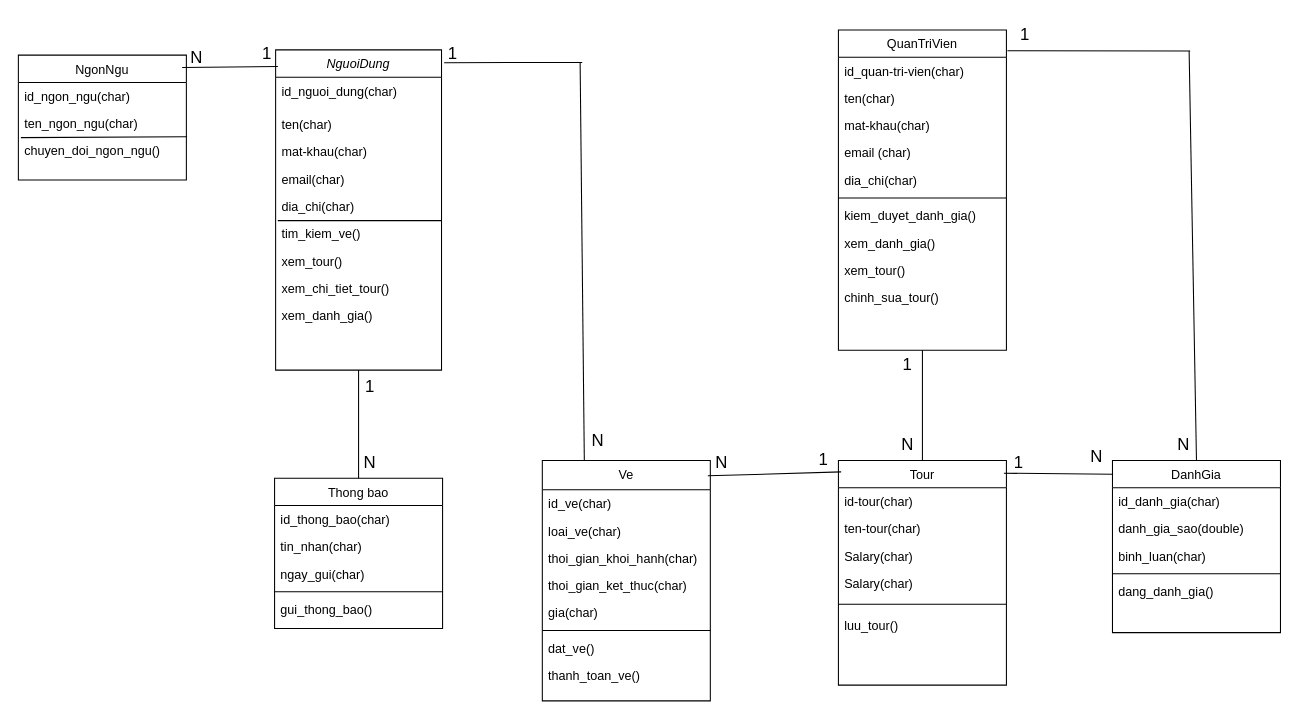
codecuatai/DuAnLuyenTap keeps this draw.io diagram as Biểu đồ không có tiêu đề.drawio. Above is the earlier version. Source tidied: cells renumbered, new cells numbered last; positions are measured from the earlier drawing's top-left corner, leaving out a move shared by most shapes. Both pictures are drawn from the tidied source at 105%, with x=0, y=0 at pixel (18, 18).
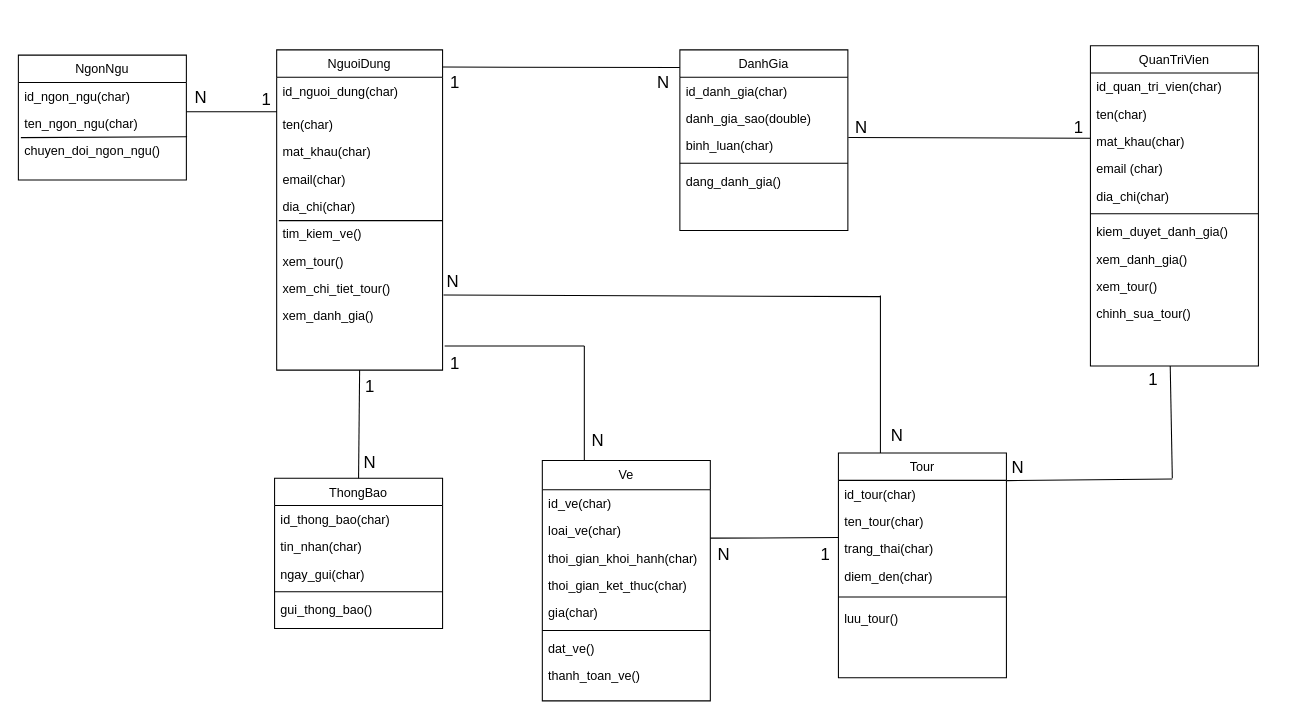
After the change.

Commit message:
Cập nhật Biểu đồ không có tiêu đề.drawio

The change refers to these unchanged cells:
```xml
<mxCell id="19" value="NgonNgu" style="swimlane;fontStyle=0;align=center;verticalAlign=top;horizontal=1;startSize=26;rounded=0;shadow=0;strokeWidth=1;" parent="1" vertex="1">
  <mxGeometry y="35" width="160" height="119" as="geometry" />
</mxCell>
<mxCell id="42" value="Ve" style="swimlane;fontStyle=0;align=center;verticalAlign=top;horizontal=1;startSize=28;rounded=0;shadow=0;strokeWidth=1;" parent="1" vertex="1">
  <mxGeometry x="499" y="421" width="160" height="229" as="geometry" />
</mxCell>
```

Change to the diagram source:
```diff
@@
-    <mxCell id="2" value="NguoiDung" style="swimlane;fontStyle=2;align=center;verticalAlign=top;horizontal=1;startSize=26;rounded=0;shadow=0;strokeWidth=1;" parent="1" vertex="1">
-      <mxGeometry x="245" y="30" width="158" height="305" as="geometry" />
+    <mxCell id="2" value="NguoiDung" style="swimlane;fontStyle=0;align=center;verticalAlign=top;horizontal=1;startSize=26;rounded=0;shadow=0;strokeWidth=1;" parent="1" vertex="1">
+      <mxGeometry x="246" y="30" width="158" height="305" as="geometry" />
     </mxCell>
@@
-    <mxCell id="5" value="mat-khau(char)" style="text;align=left;verticalAlign=top;spacingLeft=4;spacingRight=4;overflow=hidden;rounded=0;shadow=0;html=0;" parent="2" vertex="1">
+    <mxCell id="5" value="mat_khau(char)" style="text;align=left;verticalAlign=top;spacingLeft=4;spacingRight=4;overflow=hidden;rounded=0;shadow=0;html=0;" parent="2" vertex="1">
       <mxGeometry y="84" width="158" height="26" as="geometry" />
     </mxCell>
@@
     <mxCell id="13" value="DanhGia" style="swimlane;fontStyle=0;align=center;verticalAlign=top;horizontal=1;startSize=26;rounded=0;shadow=0;strokeWidth=1;" parent="1" vertex="1">
-      <mxGeometry x="1042" y="421" width="160" height="164" as="geometry" />
+      <mxGeometry x="630" y="30" width="160" height="172" as="geometry" />
     </mxCell>
@@
     <mxCell id="24" value="QuanTriVien" style="swimlane;fontStyle=0;align=center;verticalAlign=top;horizontal=1;startSize=26;rounded=0;shadow=0;strokeWidth=1;" parent="1" vertex="1">
-      <mxGeometry x="781" y="11" width="160" height="305" as="geometry" />
+      <mxGeometry x="1021" y="26" width="160" height="305" as="geometry" />
     </mxCell>
-    <mxCell id="25" value="id_quan-tri-vien(char)" style="text;align=left;verticalAlign=top;spacingLeft=4;spacingRight=4;overflow=hidden;" parent="24" vertex="1">
+    <mxCell id="25" value="id_quan_tri_vien(char)" style="text;align=left;verticalAlign=top;spacingLeft=4;spacingRight=4;overflow=hidden;" parent="24" vertex="1">
       <mxGeometry y="26" width="160" height="26" as="geometry" />
     </mxCell>
@@
-    <mxCell id="27" value="mat-khau(char)" style="text;align=left;verticalAlign=top;spacingLeft=4;spacingRight=4;overflow=hidden;rounded=0;shadow=0;html=0;" parent="24" vertex="1">
+    <mxCell id="27" value="mat_khau(char)" style="text;align=left;verticalAlign=top;spacingLeft=4;spacingRight=4;overflow=hidden;rounded=0;shadow=0;html=0;" parent="24" vertex="1">
       <mxGeometry y="78" width="160" height="26" as="geometry" />
     </mxCell>
@@
     <mxCell id="35" value="Tour" style="swimlane;fontStyle=0;align=center;verticalAlign=top;horizontal=1;startSize=26;rounded=0;shadow=0;strokeWidth=1;" parent="1" vertex="1">
-      <mxGeometry x="781" y="421" width="160" height="214" as="geometry" />
+      <mxGeometry x="781" y="414" width="160" height="214" as="geometry" />
     </mxCell>
-    <mxCell id="36" value="id-tour(char)" style="text;align=left;verticalAlign=top;spacingLeft=4;spacingRight=4;overflow=hidden;" parent="35" vertex="1">
+    <mxCell id="36" value="id_tour(char)" style="text;align=left;verticalAlign=top;spacingLeft=4;spacingRight=4;overflow=hidden;" parent="35" vertex="1">
       <mxGeometry y="26" width="160" height="26" as="geometry" />
     </mxCell>
-    <mxCell id="37" value="ten-tour(char)" style="text;align=left;verticalAlign=top;spacingLeft=4;spacingRight=4;overflow=hidden;" parent="35" vertex="1">
+    <mxCell id="37" value="ten_tour(char)" style="text;align=left;verticalAlign=top;spacingLeft=4;spacingRight=4;overflow=hidden;" parent="35" vertex="1">
       <mxGeometry y="52" width="160" height="26" as="geometry" />
     </mxCell>
-    <mxCell id="38" value="Salary(char)" style="text;align=left;verticalAlign=top;spacingLeft=4;spacingRight=4;overflow=hidden;" parent="35" vertex="1">
-      <mxGeometry y="78" width="160" height="26" as="geometry" />
-    </mxCell>
-    <mxCell id="39" value="Salary(char)" style="text;align=left;verticalAlign=top;spacingLeft=4;spacingRight=4;overflow=hidden;" parent="35" vertex="1">
-      <mxGeometry y="104" width="160" height="26" as="geometry" />
-    </mxCell>
+    <mxCell id="80" value="trang_thai(char)" style="text;align=left;verticalAlign=top;spacingLeft=4;spacingRight=4;overflow=hidden;" parent="35" vertex="1">
+      <mxGeometry y="78" width="160" height="26" as="geometry" />
+    </mxCell>
+    <mxCell id="81" value="diem_den(char)" style="text;align=left;verticalAlign=top;spacingLeft=4;spacingRight=4;overflow=hidden;" parent="35" vertex="1">
+      <mxGeometry y="104" width="160" height="26" as="geometry" />
+    </mxCell>
@@
-    <mxCell id="51" value="Thong bao" style="swimlane;fontStyle=0;align=center;verticalAlign=top;horizontal=1;startSize=26;rounded=0;shadow=0;strokeWidth=1;" parent="1" vertex="1">
+    <mxCell id="51" value="ThongBao" style="swimlane;fontStyle=0;align=center;verticalAlign=top;horizontal=1;startSize=26;rounded=0;shadow=0;strokeWidth=1;" parent="1" vertex="1">
       <mxGeometry x="244" y="438" width="160" height="143" as="geometry" />
     </mxCell>
@@
     <mxCell id="57" value="1" style="text;strokeColor=none;fillColor=none;html=1;align=center;verticalAlign=middle;whiteSpace=wrap;rounded=0;fontSize=16;" parent="1" vertex="1">
-      <mxGeometry x="384" y="18" width="60" height="30" as="geometry" />
+      <mxGeometry x="386" y="45.5" width="60" height="30" as="geometry" />
     </mxCell>
@@
-    <mxCell id="59" style="endArrow=none;html=1;rounded=0;fontSize=12;startSize=8;endSize=8;curved=1;entryX=0.016;entryY=0.051;entryDx=0;entryDy=0;entryPerimeter=0;exitX=0.985;exitY=0.064;exitDx=0;exitDy=0;exitPerimeter=0;" parent="1" edge="1" source="42" target="35">
-      <mxGeometry relative="1" as="geometry" />
+    <mxCell id="59" style="endArrow=none;html=1;rounded=0;fontSize=12;startSize=8;endSize=8;curved=1;entryX=0.75;entryY=1;entryDx=0;entryDy=0;exitX=0.369;exitY=1.016;exitDx=0;exitDy=0;exitPerimeter=0;" parent="1" edge="1">
+      <mxGeometry relative="1" as="geometry">
+        <mxPoint x="659.1" y="495" as="sourcePoint" />
+        <mxPoint x="781" y="494.5" as="targetPoint" />
+      </mxGeometry>
     </mxCell>
     <mxCell id="60" value="1" style="text;strokeColor=none;fillColor=none;html=1;align=center;verticalAlign=middle;whiteSpace=wrap;rounded=0;fontSize=16;" parent="1" vertex="1">
-      <mxGeometry x="737" y="405" width="60" height="30" as="geometry" />
+      <mxGeometry x="739" y="494.5" width="60" height="30" as="geometry" />
     </mxCell>
-    <mxCell id="61" style="endArrow=none;html=1;rounded=0;fontSize=12;startSize=8;endSize=8;curved=1;entryX=0.004;entryY=0.08;entryDx=0;entryDy=0;entryPerimeter=0;exitX=0.985;exitY=0.057;exitDx=0;exitDy=0;exitPerimeter=0;" parent="1" edge="1" source="35" target="13">
-      <mxGeometry relative="1" as="geometry" />
-    </mxCell>
@@
-    <mxCell id="63" style="endArrow=none;html=1;rounded=0;fontSize=12;startSize=8;endSize=8;curved=1;entryX=0.5;entryY=0;entryDx=0;entryDy=0;exitX=0.5;exitY=1;exitDx=0;exitDy=0;" parent="1" edge="1" source="24" target="35">
-      <mxGeometry relative="1" as="geometry" />
+    <mxCell id="63" style="endArrow=none;html=1;rounded=0;fontSize=12;startSize=8;endSize=8;curved=1;" parent="1" edge="1">
+      <mxGeometry relative="1" as="geometry">
+        <mxPoint x="1097" y="331" as="sourcePoint" />
+        <mxPoint x="1099" y="438" as="targetPoint" />
+      </mxGeometry>
     </mxCell>
-    <mxCell id="64" style="endArrow=none;html=1;rounded=0;fontSize=12;startSize=8;endSize=8;curved=1;entryX=0.5;entryY=0;entryDx=0;entryDy=0;" parent="1" edge="1" target="13">
-      <mxGeometry relative="1" as="geometry">
-        <mxPoint x="1115" y="31" as="sourcePoint" />
-      </mxGeometry>
-    </mxCell>
     <mxCell id="65" value="N" style="text;strokeColor=none;fillColor=none;html=1;align=center;verticalAlign=middle;whiteSpace=wrap;rounded=0;fontSize=16;" parent="1" vertex="1">
-      <mxGeometry x="640" y="408" width="60" height="30" as="geometry" />
+      <mxGeometry x="642" y="494.5" width="60" height="30" as="geometry" />
     </mxCell>
-    <mxCell id="66" value="N" style="text;strokeColor=none;fillColor=none;html=1;align=center;verticalAlign=middle;whiteSpace=wrap;rounded=0;fontSize=16;" parent="1" vertex="1">
-      <mxGeometry x="997" y="402" width="60" height="30" as="geometry" />
-    </mxCell>
-    <mxCell id="67" value="1" style="text;strokeColor=none;fillColor=none;html=1;align=center;verticalAlign=middle;whiteSpace=wrap;rounded=0;fontSize=16;" parent="1" vertex="1">
-      <mxGeometry x="923" y="408" width="60" height="30" as="geometry" />
-    </mxCell>
-    <mxCell id="68" style="endArrow=none;html=1;rounded=0;fontSize=12;startSize=8;endSize=8;curved=1;exitX=1.006;exitY=0.065;exitDx=0;exitDy=0;exitPerimeter=0;" parent="1" edge="1" source="24">
-      <mxGeometry relative="1" as="geometry">
-        <mxPoint x="1116" y="31" as="targetPoint" />
-      </mxGeometry>
-    </mxCell>
-    <mxCell id="69" value="N" style="text;strokeColor=none;fillColor=none;html=1;align=center;verticalAlign=middle;whiteSpace=wrap;rounded=0;fontSize=16;" parent="1" vertex="1">
-      <mxGeometry x="1080" y="391" width="60" height="30" as="geometry" />
-    </mxCell>
-    <mxCell id="70" value="1" style="text;strokeColor=none;fillColor=none;html=1;align=center;verticalAlign=middle;whiteSpace=wrap;rounded=0;fontSize=16;" parent="1" vertex="1">
-      <mxGeometry x="929" width="60" height="30" as="geometry" />
-    </mxCell>
     <mxCell id="71" style="endArrow=none;html=1;rounded=0;fontSize=12;startSize=8;endSize=8;curved=1;exitX=0.25;exitY=0;exitDx=0;exitDy=0;" parent="1" edge="1" source="42">
       <mxGeometry relative="1" as="geometry">
-        <mxPoint x="535" y="42" as="targetPoint" />
+        <mxPoint x="539" y="312" as="targetPoint" />
       </mxGeometry>
     </mxCell>
-    <mxCell id="72" style="endArrow=none;html=1;rounded=0;fontSize=12;startSize=8;endSize=8;curved=1;entryX=1.016;entryY=0.04;entryDx=0;entryDy=0;entryPerimeter=0;" parent="1" edge="1" target="2">
+    <mxCell id="72" style="endArrow=none;html=1;rounded=0;fontSize=12;startSize=8;endSize=8;curved=1;entryX=0.321;entryY=0.987;entryDx=0;entryDy=0;entryPerimeter=0;exitX=0.75;exitY=1;exitDx=0;exitDy=0;" parent="1" edge="1">
       <mxGeometry relative="1" as="geometry">
-        <mxPoint x="537" y="42" as="sourcePoint" />
+        <mxPoint x="630" y="46.8" as="sourcePoint" />
+        <mxPoint x="404" y="46.4" as="targetPoint" />
       </mxGeometry>
     </mxCell>
@@
-    <mxCell id="75" style="endArrow=none;html=1;rounded=0;entryX=0.975;entryY=0.099;entryDx=0;entryDy=0;entryPerimeter=0;exitX=0.014;exitY=0.052;exitDx=0;exitDy=0;exitPerimeter=0;" parent="1" edge="1" source="2" target="19">
-      <mxGeometry relative="1" as="geometry" />
+    <mxCell id="75" style="endArrow=none;html=1;rounded=0;entryX=0.998;entryY=0.118;entryDx=0;entryDy=0;entryPerimeter=0;" parent="1" edge="1">
+      <mxGeometry relative="1" as="geometry">
+        <mxPoint x="246.3" y="89" as="sourcePoint" />
+        <mxPoint x="160" y="89" as="targetPoint" />
+        <Array as="points">
+          <mxPoint x="187.3" y="89" />
+        </Array>
+      </mxGeometry>
     </mxCell>
-    <mxCell id="76" value="N" style="text;strokeColor=none;fillColor=none;html=1;align=center;verticalAlign=middle;whiteSpace=wrap;rounded=0;fontSize=16;" parent="1" vertex="1">
-      <mxGeometry x="817" y="391" width="60" height="30" as="geometry" />
-    </mxCell>
     <mxCell id="77" value="N" style="text;strokeColor=none;fillColor=none;html=1;align=center;verticalAlign=middle;whiteSpace=wrap;rounded=0;fontSize=16;" parent="1" vertex="1">
-      <mxGeometry x="140" y="22" width="60" height="30" as="geometry" />
+      <mxGeometry x="149" y="61" width="50" height="28" as="geometry" />
     </mxCell>
-    <mxCell id="78" value="1" style="text;strokeColor=none;fillColor=none;html=1;align=center;verticalAlign=middle;whiteSpace=wrap;rounded=0;fontSize=16;" parent="1" vertex="1">
-      <mxGeometry x="817" y="314" width="60" height="30" as="geometry" />
-    </mxCell>
     <mxCell id="79" value="1" style="text;strokeColor=none;fillColor=none;html=1;align=center;verticalAlign=middle;whiteSpace=wrap;rounded=0;fontSize=16;" parent="1" vertex="1">
-      <mxGeometry x="207" y="18" width="60" height="30" as="geometry" />
+      <mxGeometry x="207" y="60" width="59" height="33" as="geometry" />
     </mxCell>
+    <mxCell id="82" style="endArrow=none;html=1;rounded=0;" parent="1" edge="1">
+      <mxGeometry relative="1" as="geometry">
+        <mxPoint x="539" y="312" as="sourcePoint" />
+        <mxPoint x="406" y="312" as="targetPoint" />
+      </mxGeometry>
+    </mxCell>
+    <mxCell id="83" style="endArrow=none;html=1;rounded=0;exitX=0.25;exitY=0;exitDx=0;exitDy=0;" parent="1" edge="1" source="35">
+      <mxGeometry relative="1" as="geometry">
+        <mxPoint x="821" y="264" as="targetPoint" />
+      </mxGeometry>
+    </mxCell>
+    <mxCell id="84" style="endArrow=none;html=1;rounded=0;exitX=0.348;exitY=0.946;exitDx=0;exitDy=0;exitPerimeter=0;" parent="1" edge="1" source="94">
+      <mxGeometry relative="1" as="geometry">
+        <mxPoint x="820.8" y="265" as="targetPoint" />
+      </mxGeometry>
+    </mxCell>
+    <mxCell id="85" style="endArrow=none;html=1;rounded=0;exitX=0.323;exitY=0.941;exitDx=0;exitDy=0;exitPerimeter=0;" parent="1" edge="1" source="91">
+      <mxGeometry relative="1" as="geometry">
+        <mxPoint x="1099" y="438.7" as="targetPoint" />
+      </mxGeometry>
+    </mxCell>
+    <mxCell id="86" style="endArrow=none;html=1;rounded=0;entryX=0.666;entryY=1.034;entryDx=0;entryDy=0;exitX=0.996;exitY=0.072;exitDx=0;exitDy=0;exitPerimeter=0;entryPerimeter=0;" parent="1" edge="1">
+      <mxGeometry relative="1" as="geometry">
+        <mxPoint x="790.4" y="113.5" as="sourcePoint" />
+        <mxPoint x="1021" y="114.1" as="targetPoint" />
+      </mxGeometry>
+    </mxCell>
+    <mxCell id="87" value="1" style="text;strokeColor=none;fillColor=none;html=1;align=center;verticalAlign=middle;whiteSpace=wrap;rounded=0;fontSize=16;" parent="1" vertex="1">
+      <mxGeometry x="337" y="313" width="158" height="30" as="geometry" />
+    </mxCell>
+    <mxCell id="88" value="1" style="text;strokeColor=none;fillColor=none;html=1;align=center;verticalAlign=middle;whiteSpace=wrap;rounded=0;fontSize=16;" parent="1" vertex="1">
+      <mxGeometry x="980" y="89" width="60" height="30" as="geometry" />
+    </mxCell>
+    <mxCell id="89" value="1" style="text;strokeColor=none;fillColor=none;html=1;align=center;verticalAlign=middle;whiteSpace=wrap;rounded=0;fontSize=16;" parent="1" vertex="1">
+      <mxGeometry x="1051" y="329" width="60" height="30" as="geometry" />
+    </mxCell>
+    <mxCell id="90" value="N" style="text;strokeColor=none;fillColor=none;html=1;align=center;verticalAlign=middle;whiteSpace=wrap;rounded=0;fontSize=16;" parent="1" vertex="1">
+      <mxGeometry x="807" y="382" width="60" height="30" as="geometry" />
+    </mxCell>
+    <mxCell id="91" value="N" style="text;strokeColor=none;fillColor=none;html=1;align=center;verticalAlign=middle;whiteSpace=wrap;rounded=0;fontSize=16;" parent="1" vertex="1">
+      <mxGeometry x="922" y="412" width="60" height="30" as="geometry" />
+    </mxCell>
+    <mxCell id="92" value="N" style="text;strokeColor=none;fillColor=none;html=1;align=center;verticalAlign=middle;whiteSpace=wrap;rounded=0;fontSize=16;" parent="1" vertex="1">
+      <mxGeometry x="773" y="89" width="60" height="30" as="geometry" />
+    </mxCell>
+    <mxCell id="93" value="N" style="text;strokeColor=none;fillColor=none;html=1;align=center;verticalAlign=middle;whiteSpace=wrap;rounded=0;fontSize=16;" parent="1" vertex="1">
+      <mxGeometry x="579" y="47" width="71" height="27" as="geometry" />
+    </mxCell>
+    <mxCell id="94" value="N" style="text;strokeColor=none;fillColor=none;html=1;align=center;verticalAlign=middle;whiteSpace=wrap;rounded=0;fontSize=16;" parent="1" vertex="1">
+      <mxGeometry x="384" y="235" width="60" height="30" as="geometry" />
+    </mxCell>
```
